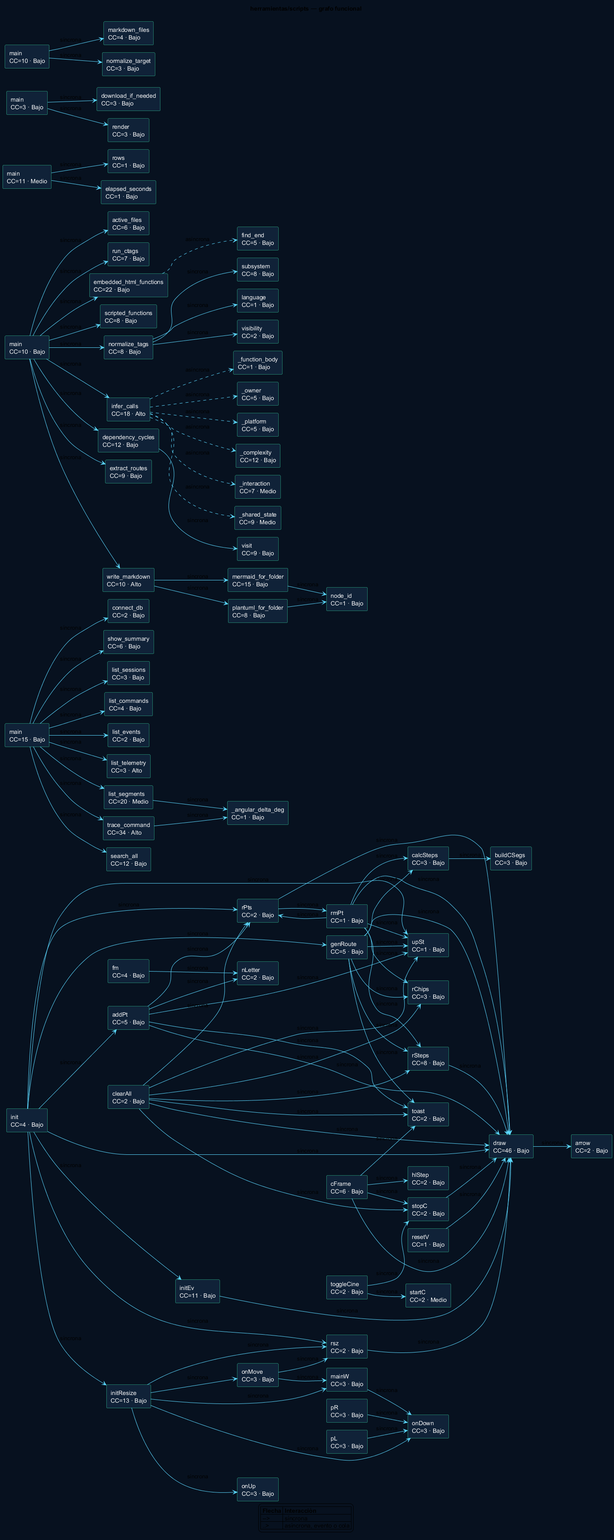
This is docs_markdowns/uml/exportados/herramientas_scripts.png from RubenAndresGome/carroTest3-For-Esp32-s3-wroom, a PlantUML export, as it was before one commit.
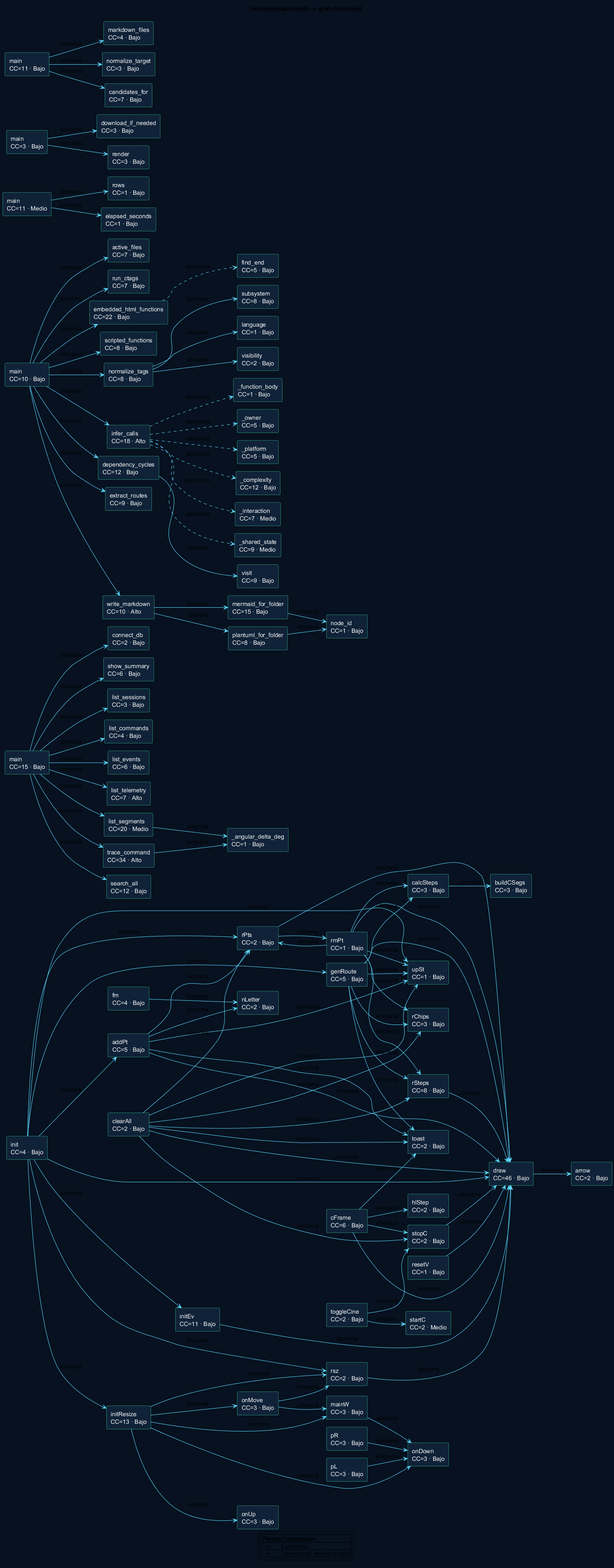
After the change.

Diff of the diagram source:
```diff
@@ -43,46 +43,47 @@
 component "show_summary\nCC=6 · Bajo" as n04c91c6a18
 component "list_sessions\nCC=3 · Bajo" as nfacd9846a2
 component "list_commands\nCC=4 · Bajo" as n9650665764
-component "list_events\nCC=2 · Bajo" as na9ad2a9d1f
-component "list_telemetry\nCC=3 · Alto" as n16f6e17546
-component "_angular_delta_deg\nCC=1 · Bajo" as n787493f06e
-component "list_segments\nCC=20 · Medio" as na9f06bcaa7
-component "trace_command\nCC=34 · Alto" as n38674aab32
-component "search_all\nCC=12 · Bajo" as n09f1b821fc
-component "main\nCC=15 · Bajo" as n20efb6c71f
-component "active_files\nCC=6 · Bajo" as nafd356db32
-component "subsystem\nCC=8 · Bajo" as nbe76a713c4
-component "language\nCC=1 · Bajo" as n7c3b78fe6d
-component "run_ctags\nCC=7 · Bajo" as n1cb0d8a18e
-component "embedded_html_functions\nCC=22 · Bajo" as n8581868fe2
-component "find_end\nCC=5 · Bajo" as n6c940fadb8
-component "scripted_functions\nCC=8 · Bajo" as n80d4f33be9
-component "visibility\nCC=2 · Bajo" as n771ad39ac6
-component "normalize_tags\nCC=8 · Bajo" as nf0f6e15fe6
-component "_function_body\nCC=1 · Bajo" as nb4286ff169
-component "_owner\nCC=5 · Bajo" as nb9f51e6533
-component "_platform\nCC=5 · Bajo" as n82d755956d
-component "_complexity\nCC=12 · Bajo" as n9e90b74861
-component "_interaction\nCC=7 · Medio" as ndf31e443c8
-component "_shared_state\nCC=9 · Medio" as n982ba39366
-component "infer_calls\nCC=18 · Alto" as nb32f8aebc6
-component "dependency_cycles\nCC=12 · Bajo" as n03f09ef830
-component "visit\nCC=9 · Bajo" as n20291b9270
-component "extract_routes\nCC=9 · Bajo" as n256df7dfce
-component "node_id\nCC=1 · Bajo" as na83aea5101
-component "mermaid_for_folder\nCC=15 · Bajo" as ncfaa75265c
-component "plantuml_for_folder\nCC=8 · Bajo" as n33bac7ac43
-component "write_markdown\nCC=10 · Alto" as ne8f50e770a
-component "main\nCC=10 · Bajo" as n709c592fef
+component "list_events\nCC=6 · Bajo" as na9ad2a9d1f
+component "list_telemetry\nCC=7 · Alto" as n2e4c463a2b
+component "_angular_delta_deg\nCC=1 · Bajo" as n6a2af42b30
+component "list_segments\nCC=20 · Medio" as n51949693e6
+component "trace_command\nCC=34 · Alto" as nf7e56de919
+component "search_all\nCC=12 · Bajo" as n3bb7a88720
+component "main\nCC=15 · Bajo" as nd2eac5ac8e
+component "active_files\nCC=7 · Bajo" as nd51f2a6408
+component "subsystem\nCC=8 · Bajo" as n210980a486
+component "language\nCC=1 · Bajo" as n07fe6a944c
+component "run_ctags\nCC=7 · Bajo" as n86defff6e6
+component "embedded_html_functions\nCC=22 · Bajo" as n05fd952c15
+component "find_end\nCC=5 · Bajo" as n94a1c6f5a1
+component "scripted_functions\nCC=8 · Bajo" as n928ef6a5ea
+component "visibility\nCC=2 · Bajo" as n6d08e8ebec
+component "normalize_tags\nCC=8 · Bajo" as ncffa2c3ca5
+component "_function_body\nCC=1 · Bajo" as nb3d6afc324
+component "_owner\nCC=5 · Bajo" as n4d3e366351
+component "_platform\nCC=5 · Bajo" as n9ae4e62892
+component "_complexity\nCC=12 · Bajo" as nd6c9e4adfc
+component "_interaction\nCC=7 · Medio" as n4fea69e755
+component "_shared_state\nCC=9 · Medio" as n695976a230
+component "infer_calls\nCC=18 · Alto" as ne8ee46a3f6
+component "dependency_cycles\nCC=12 · Bajo" as nc3694a75e3
+component "visit\nCC=9 · Bajo" as nd4668bb680
+component "extract_routes\nCC=9 · Bajo" as n7a6a2826bf
+component "node_id\nCC=1 · Bajo" as n4e3d415426
+component "mermaid_for_folder\nCC=15 · Bajo" as n108afd9284
+component "plantuml_for_folder\nCC=8 · Bajo" as nab4165c4d6
+component "write_markdown\nCC=10 · Alto" as n36c7594300
+component "main\nCC=10 · Bajo" as nee872e3d0e
 component "rows\nCC=1 · Bajo" as n9eab49d8ad
 component "elapsed_seconds\nCC=1 · Bajo" as ncb8c29961f
 component "main\nCC=11 · Medio" as n1c9814c081
 component "download_if_needed\nCC=3 · Bajo" as n5483b456cb
 component "render\nCC=3 · Bajo" as nf237d76ace
 component "main\nCC=3 · Bajo" as n489ce3258b
-component "markdown_files\nCC=4 · Bajo" as n3d5d392d32
-component "normalize_target\nCC=3 · Bajo" as n3d26275b4a
-component "main\nCC=10 · Bajo" as n5d2522213b
+component "markdown_files\nCC=4 · Bajo" as n5f476609c0
+component "normalize_target\nCC=3 · Bajo" as ne1a2132fe2
+component "candidates_for\nCC=7 · Bajo" as n42af9ef3dd
+component "main\nCC=11 · Bajo" as n2e8d1b06ae
 n4cbf77c493 --> n593102974c : síncrona
 n622aa6745d --> n09bc0b5b13 : síncrona
 n622aa6745d --> n593102974c : síncrona
@@ -141,47 +142,48 @@
 n4df1dd2897 --> n198e0e1e49 : síncrona
 n4df1dd2897 --> n756c4c6df7 : síncrona
 n4df1dd2897 --> nc0f3636e27 : síncrona
-na9f06bcaa7 --> n787493f06e : síncrona
-n38674aab32 --> n787493f06e : síncrona
-n20efb6c71f --> n6460493b44 : síncrona
-n20efb6c71f --> n9650665764 : síncrona
-n20efb6c71f --> na9ad2a9d1f : síncrona
-n20efb6c71f --> na9f06bcaa7 : síncrona
-n20efb6c71f --> nfacd9846a2 : síncrona
-n20efb6c71f --> n16f6e17546 : síncrona
-n20efb6c71f --> n09f1b821fc : síncrona
-n20efb6c71f --> n04c91c6a18 : síncrona
-n20efb6c71f --> n38674aab32 : síncrona
-n8581868fe2 ..> n6c940fadb8 : asíncrona
-nf0f6e15fe6 --> n7c3b78fe6d : síncrona
-nf0f6e15fe6 --> nbe76a713c4 : síncrona
-nf0f6e15fe6 --> n771ad39ac6 : síncrona
-nb32f8aebc6 ..> n9e90b74861 : asíncrona
-nb32f8aebc6 ..> nb4286ff169 : asíncrona
-nb32f8aebc6 ..> ndf31e443c8 : asíncrona
-nb32f8aebc6 ..> nb9f51e6533 : asíncrona
-nb32f8aebc6 ..> n82d755956d : asíncrona
-nb32f8aebc6 ..> n982ba39366 : asíncrona
-n03f09ef830 --> n20291b9270 : síncrona
-ncfaa75265c --> na83aea5101 : síncrona
-n33bac7ac43 --> na83aea5101 : síncrona
-ne8f50e770a --> ncfaa75265c : síncrona
-ne8f50e770a --> n33bac7ac43 : síncrona
-n709c592fef --> nafd356db32 : síncrona
-n709c592fef --> n03f09ef830 : síncrona
-n709c592fef --> n8581868fe2 : síncrona
-n709c592fef --> n256df7dfce : síncrona
-n709c592fef --> nb32f8aebc6 : síncrona
-n709c592fef --> nf0f6e15fe6 : síncrona
-n709c592fef --> n1cb0d8a18e : síncrona
-n709c592fef --> n80d4f33be9 : síncrona
-n709c592fef --> ne8f50e770a : síncrona
+n51949693e6 --> n6a2af42b30 : síncrona
+nf7e56de919 --> n6a2af42b30 : síncrona
+nd2eac5ac8e --> n6460493b44 : síncrona
+nd2eac5ac8e --> n9650665764 : síncrona
+nd2eac5ac8e --> na9ad2a9d1f : síncrona
+nd2eac5ac8e --> n51949693e6 : síncrona
+nd2eac5ac8e --> nfacd9846a2 : síncrona
+nd2eac5ac8e --> n2e4c463a2b : síncrona
+nd2eac5ac8e --> n3bb7a88720 : síncrona
+nd2eac5ac8e --> n04c91c6a18 : síncrona
+nd2eac5ac8e --> nf7e56de919 : síncrona
+n05fd952c15 ..> n94a1c6f5a1 : asíncrona
+ncffa2c3ca5 --> n07fe6a944c : síncrona
+ncffa2c3ca5 --> n210980a486 : síncrona
+ncffa2c3ca5 --> n6d08e8ebec : síncrona
+ne8ee46a3f6 ..> nd6c9e4adfc : asíncrona
+ne8ee46a3f6 ..> nb3d6afc324 : asíncrona
+ne8ee46a3f6 ..> n4fea69e755 : asíncrona
+ne8ee46a3f6 ..> n4d3e366351 : asíncrona
+ne8ee46a3f6 ..> n9ae4e62892 : asíncrona
+ne8ee46a3f6 ..> n695976a230 : asíncrona
+nc3694a75e3 --> nd4668bb680 : síncrona
+n108afd9284 --> n4e3d415426 : síncrona
+nab4165c4d6 --> n4e3d415426 : síncrona
+n36c7594300 --> n108afd9284 : síncrona
+n36c7594300 --> nab4165c4d6 : síncrona
+nee872e3d0e --> nd51f2a6408 : síncrona
+nee872e3d0e --> nc3694a75e3 : síncrona
+nee872e3d0e --> n05fd952c15 : síncrona
+nee872e3d0e --> n7a6a2826bf : síncrona
+nee872e3d0e --> ne8ee46a3f6 : síncrona
+nee872e3d0e --> ncffa2c3ca5 : síncrona
+nee872e3d0e --> n86defff6e6 : síncrona
+nee872e3d0e --> n928ef6a5ea : síncrona
+nee872e3d0e --> n36c7594300 : síncrona
 n1c9814c081 --> ncb8c29961f : síncrona
 n1c9814c081 --> n9eab49d8ad : síncrona
 n489ce3258b --> n5483b456cb : síncrona
 n489ce3258b --> nf237d76ace : síncrona
-n5d2522213b --> n3d5d392d32 : síncrona
-n5d2522213b --> n3d26275b4a : síncrona
+n2e8d1b06ae --> n42af9ef3dd : síncrona
+n2e8d1b06ae --> n5f476609c0 : síncrona
+n2e8d1b06ae --> ne1a2132fe2 : síncrona
 legend
 |= Flecha |= Interacción |
 | --> | síncrona |
```
